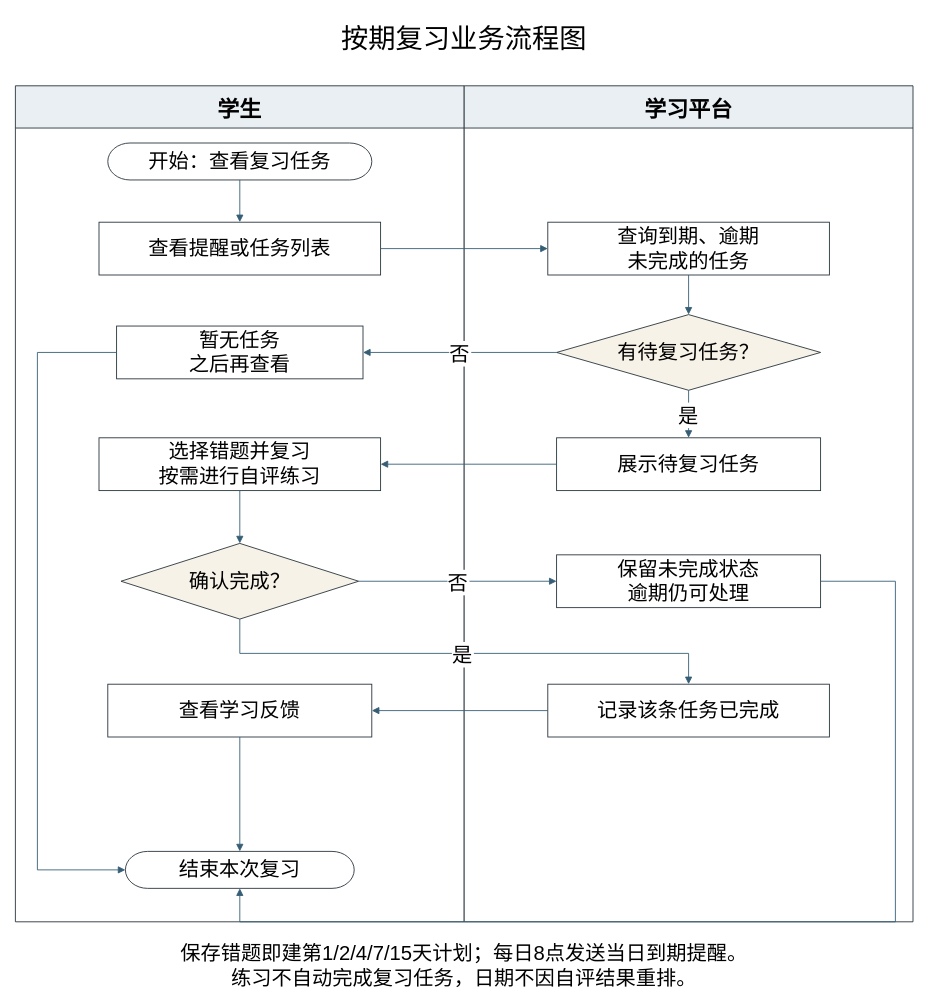
The draw.io diagram docs/thesis/business-flow/02-按期复习.drawio in zc0429/graduation-project, before the edit. Source tidied: cells renumbered, new cells numbered last; positions are measured from the earlier drawing's top-left corner, leaving out a move shared by most shapes. Both pictures are drawn from the tidied source at 88%, with x=0, y=0 at pixel (15, 15).
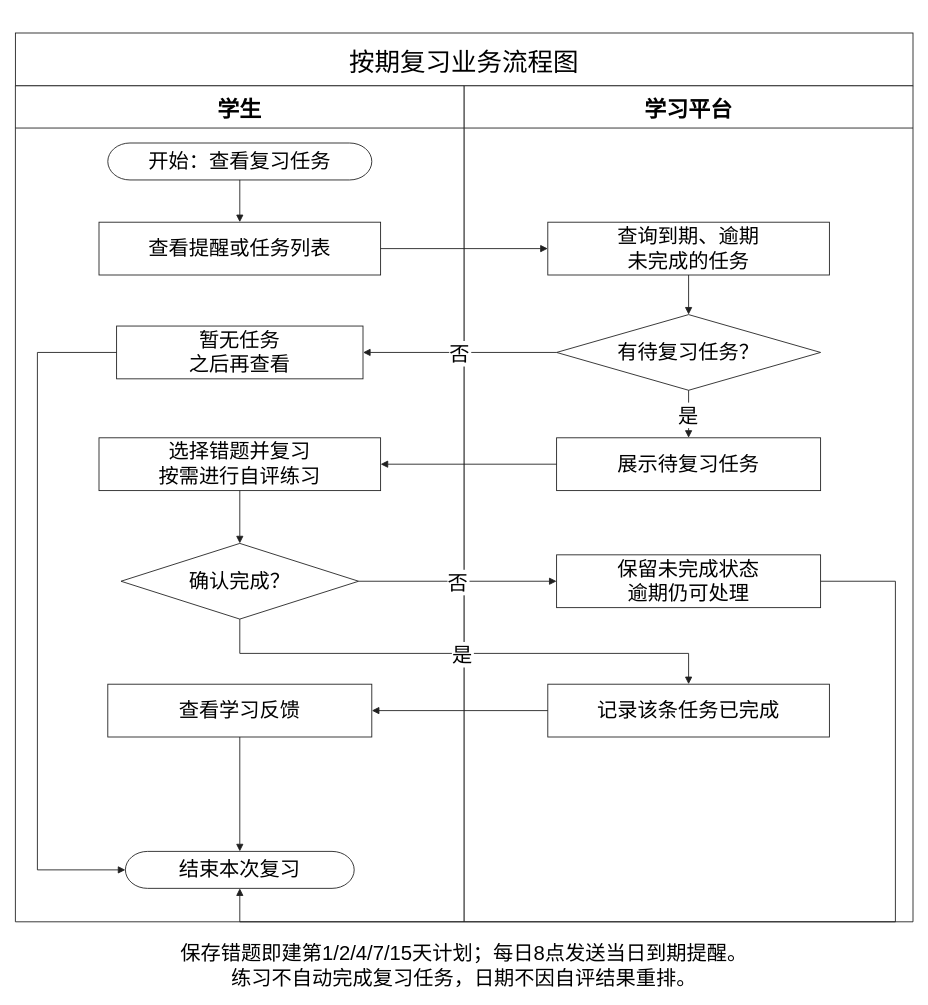
The same page after the edit.

The edit, as a diff of the source:
```diff
@@
-    <mxCell id="2" value="按期复习业务流程图" style="text;html=0;fontFamily=SimSun;fontSize=31;align=center;" parent="1" vertex="1">
-      <mxGeometry width="1020" height="60" as="geometry" />
+    <mxCell id="2" value="按期复习业务流程图" style="rounded=0;html=0;fontFamily=SimSun;fontSize=29;align=center;fillColor=#ffffff;strokeColor=#202020;" parent="1" vertex="1">
+      <mxGeometry y="20" width="1020" height="60" as="geometry" />
     </mxCell>
-    <mxCell id="3" value="学生" style="swimlane;html=0;startSize=48;horizontal=1;fontSize=25;fontFamily=SimSun;fillColor=#e9eff3;swimlaneFillColor=#ffffff;strokeColor=#25313a;" parent="1" vertex="1">
+    <mxCell id="3" value="学生" style="swimlane;html=0;startSize=48;horizontal=1;fontSize=25;fontFamily=SimSun;fillColor=#ffffff;swimlaneFillColor=#ffffff;strokeColor=#202020;" parent="1" vertex="1">
       <mxGeometry y="80" width="510" height="950" as="geometry" />
     </mxCell>
-    <mxCell id="4" value="学习平台" style="swimlane;html=0;startSize=48;horizontal=1;fontSize=25;fontFamily=SimSun;fillColor=#e9eff3;swimlaneFillColor=#ffffff;strokeColor=#25313a;" parent="1" vertex="1">
+    <mxCell id="4" value="学习平台" style="swimlane;html=0;startSize=48;horizontal=1;fontSize=25;fontFamily=SimSun;fillColor=#ffffff;swimlaneFillColor=#ffffff;strokeColor=#202020;" parent="1" vertex="1">
       <mxGeometry x="510" y="80" width="510" height="950" as="geometry" />
     </mxCell>
-    <mxCell id="5" value="开始：查看复习任务" style="rounded=1;arcSize=60;html=0;whiteSpace=wrap;fontFamily=SimSun;fontSize=23;align=center;verticalAlign=middle;fillColor=#ffffff;strokeColor=#25313a;" parent="1" vertex="1">
+    <mxCell id="5" value="开始：查看复习任务" style="rounded=1;arcSize=60;html=0;whiteSpace=wrap;fontFamily=SimSun;fontSize=23;align=center;verticalAlign=middle;fillColor=#ffffff;strokeColor=#202020;" parent="1" vertex="1">
       <mxGeometry x="105" y="145" width="300" height="42" as="geometry" />
     </mxCell>
-    <mxCell id="6" value="查看提醒或任务列表" style="rounded=0;html=0;whiteSpace=wrap;fontFamily=SimSun;fontSize=23;align=center;verticalAlign=middle;fillColor=#ffffff;strokeColor=#25313a;" parent="1" vertex="1">
+    <mxCell id="6" value="查看提醒或任务列表" style="rounded=0;html=0;whiteSpace=wrap;fontFamily=SimSun;fontSize=23;align=center;verticalAlign=middle;fillColor=#ffffff;strokeColor=#202020;" parent="1" vertex="1">
       <mxGeometry x="95" y="235" width="320" height="60" as="geometry" />
     </mxCell>
-    <mxCell id="7" value="查询到期、逾期&#10;未完成的任务" style="rounded=0;html=0;whiteSpace=wrap;fontFamily=SimSun;fontSize=23;align=center;verticalAlign=middle;fillColor=#ffffff;strokeColor=#25313a;" parent="1" vertex="1">
+    <mxCell id="7" value="查询到期、逾期&#10;未完成的任务" style="rounded=0;html=0;whiteSpace=wrap;fontFamily=SimSun;fontSize=23;align=center;verticalAlign=middle;fillColor=#ffffff;strokeColor=#202020;" parent="1" vertex="1">
       <mxGeometry x="605" y="235" width="320" height="60" as="geometry" />
     </mxCell>
-    <mxCell id="8" value="有待复习任务？" style="rhombus;html=0;whiteSpace=wrap;fontFamily=SimSun;fontSize=23;align=center;verticalAlign=middle;fillColor=#f7f2e7;strokeColor=#25313a;" parent="1" vertex="1">
+    <mxCell id="8" value="有待复习任务？" style="rhombus;html=0;whiteSpace=wrap;fontFamily=SimSun;fontSize=23;align=center;verticalAlign=middle;fillColor=#ffffff;strokeColor=#202020;" parent="1" vertex="1">
       <mxGeometry x="615" y="340" width="300" height="86" as="geometry" />
     </mxCell>
-    <mxCell id="9" value="暂无任务&#10;之后再查看" style="rounded=0;html=0;whiteSpace=wrap;fontFamily=SimSun;fontSize=23;align=center;verticalAlign=middle;fillColor=#ffffff;strokeColor=#25313a;" parent="1" vertex="1">
+    <mxCell id="9" value="暂无任务&#10;之后再查看" style="rounded=0;html=0;whiteSpace=wrap;fontFamily=SimSun;fontSize=23;align=center;verticalAlign=middle;fillColor=#ffffff;strokeColor=#202020;" parent="1" vertex="1">
       <mxGeometry x="115" y="353" width="280" height="60" as="geometry" />
     </mxCell>
-    <mxCell id="10" value="展示待复习任务" style="rounded=0;html=0;whiteSpace=wrap;fontFamily=SimSun;fontSize=23;align=center;verticalAlign=middle;fillColor=#ffffff;strokeColor=#25313a;" parent="1" vertex="1">
+    <mxCell id="10" value="展示待复习任务" style="rounded=0;html=0;whiteSpace=wrap;fontFamily=SimSun;fontSize=23;align=center;verticalAlign=middle;fillColor=#ffffff;strokeColor=#202020;" parent="1" vertex="1">
       <mxGeometry x="615" y="480" width="300" height="60" as="geometry" />
     </mxCell>
-    <mxCell id="11" value="选择错题并复习&#10;按需进行自评练习" style="rounded=0;html=0;whiteSpace=wrap;fontFamily=SimSun;fontSize=23;align=center;verticalAlign=middle;fillColor=#ffffff;strokeColor=#25313a;" parent="1" vertex="1">
+    <mxCell id="11" value="选择错题并复习&#10;按需进行自评练习" style="rounded=0;html=0;whiteSpace=wrap;fontFamily=SimSun;fontSize=23;align=center;verticalAlign=middle;fillColor=#ffffff;strokeColor=#202020;" parent="1" vertex="1">
       <mxGeometry x="95" y="480" width="320" height="60" as="geometry" />
     </mxCell>
-    <mxCell id="12" value="确认完成？" style="rhombus;html=0;whiteSpace=wrap;fontFamily=SimSun;fontSize=23;align=center;verticalAlign=middle;fillColor=#f7f2e7;strokeColor=#25313a;" parent="1" vertex="1">
+    <mxCell id="12" value="确认完成？" style="rhombus;html=0;whiteSpace=wrap;fontFamily=SimSun;fontSize=23;align=center;verticalAlign=middle;fillColor=#ffffff;strokeColor=#202020;" parent="1" vertex="1">
       <mxGeometry x="120" y="600" width="270" height="86" as="geometry" />
     </mxCell>
-    <mxCell id="13" value="保留未完成状态&#10;逾期仍可处理" style="rounded=0;html=0;whiteSpace=wrap;fontFamily=SimSun;fontSize=23;align=center;verticalAlign=middle;fillColor=#ffffff;strokeColor=#25313a;" parent="1" vertex="1">
+    <mxCell id="13" value="保留未完成状态&#10;逾期仍可处理" style="rounded=0;html=0;whiteSpace=wrap;fontFamily=SimSun;fontSize=23;align=center;verticalAlign=middle;fillColor=#ffffff;strokeColor=#202020;" parent="1" vertex="1">
       <mxGeometry x="615" y="613" width="300" height="60" as="geometry" />
     </mxCell>
-    <mxCell id="14" value="记录该条任务已完成" style="rounded=0;html=0;whiteSpace=wrap;fontFamily=SimSun;fontSize=23;align=center;verticalAlign=middle;fillColor=#ffffff;strokeColor=#25313a;" parent="1" vertex="1">
+    <mxCell id="14" value="记录该条任务已完成" style="rounded=0;html=0;whiteSpace=wrap;fontFamily=SimSun;fontSize=23;align=center;verticalAlign=middle;fillColor=#ffffff;strokeColor=#202020;" parent="1" vertex="1">
       <mxGeometry x="605" y="760" width="320" height="60" as="geometry" />
     </mxCell>
-    <mxCell id="15" value="查看学习反馈" style="rounded=0;html=0;whiteSpace=wrap;fontFamily=SimSun;fontSize=23;align=center;verticalAlign=middle;fillColor=#ffffff;strokeColor=#25313a;" parent="1" vertex="1">
+    <mxCell id="15" value="查看学习反馈" style="rounded=0;html=0;whiteSpace=wrap;fontFamily=SimSun;fontSize=23;align=center;verticalAlign=middle;fillColor=#ffffff;strokeColor=#202020;" parent="1" vertex="1">
       <mxGeometry x="105" y="760" width="300" height="60" as="geometry" />
     </mxCell>
-    <mxCell id="16" value="结束本次复习" style="rounded=1;arcSize=60;html=0;whiteSpace=wrap;fontFamily=SimSun;fontSize=23;align=center;verticalAlign=middle;fillColor=#ffffff;strokeColor=#25313a;" parent="1" vertex="1">
+    <mxCell id="16" value="结束本次复习" style="rounded=1;arcSize=60;html=0;whiteSpace=wrap;fontFamily=SimSun;fontSize=23;align=center;verticalAlign=middle;fillColor=#ffffff;strokeColor=#202020;" parent="1" vertex="1">
       <mxGeometry x="125" y="950" width="260" height="42" as="geometry" />
     </mxCell>
-    <mxCell id="17" style="edgeStyle=segmentEdgeStyle;rounded=0;html=0;endArrow=block;endFill=1;strokeColor=#355e76;fontFamily=SimSun;fontSize=23;labelBackgroundColor=#ffffff;exitX=0.5;exitY=1;entryX=0.5;entryY=0;" parent="1" edge="1" source="5" target="6">
+    <mxCell id="17" style="edgeStyle=segmentEdgeStyle;rounded=0;html=0;endArrow=block;endFill=1;strokeColor=#202020;fontFamily=SimSun;fontSize=23;labelBackgroundColor=#ffffff;exitX=0.5;exitY=1;entryX=0.5;entryY=0;" parent="1" edge="1" source="5" target="6">
       <mxGeometry relative="1" as="geometry" />
     </mxCell>
-    <mxCell id="18" style="edgeStyle=segmentEdgeStyle;rounded=0;html=0;endArrow=block;endFill=1;strokeColor=#355e76;fontFamily=SimSun;fontSize=23;labelBackgroundColor=#ffffff;exitX=1;exitY=0.5;entryX=0;entryY=0.5;" parent="1" edge="1" source="6" target="7">
+    <mxCell id="18" style="edgeStyle=segmentEdgeStyle;rounded=0;html=0;endArrow=block;endFill=1;strokeColor=#202020;fontFamily=SimSun;fontSize=23;labelBackgroundColor=#ffffff;exitX=1;exitY=0.5;entryX=0;entryY=0.5;" parent="1" edge="1" source="6" target="7">
       <mxGeometry relative="1" as="geometry" />
     </mxCell>
-    <mxCell id="19" style="edgeStyle=segmentEdgeStyle;rounded=0;html=0;endArrow=block;endFill=1;strokeColor=#355e76;fontFamily=SimSun;fontSize=23;labelBackgroundColor=#ffffff;exitX=0.5;exitY=1;entryX=0.5;entryY=0;" parent="1" edge="1" source="7" target="8">
+    <mxCell id="19" style="edgeStyle=segmentEdgeStyle;rounded=0;html=0;endArrow=block;endFill=1;strokeColor=#202020;fontFamily=SimSun;fontSize=23;labelBackgroundColor=#ffffff;exitX=0.5;exitY=1;entryX=0.5;entryY=0;" parent="1" edge="1" source="7" target="8">
       <mxGeometry relative="1" as="geometry" />
     </mxCell>
-    <mxCell id="20" value="否" style="edgeStyle=segmentEdgeStyle;rounded=0;html=0;endArrow=block;endFill=1;strokeColor=#355e76;fontFamily=SimSun;fontSize=23;labelBackgroundColor=#ffffff;exitX=0;exitY=0.5;entryX=1;entryY=0.5;" parent="1" edge="1" source="8" target="9">
+    <mxCell id="20" value="否" style="edgeStyle=segmentEdgeStyle;rounded=0;html=0;endArrow=block;endFill=1;strokeColor=#202020;fontFamily=SimSun;fontSize=23;labelBackgroundColor=#ffffff;exitX=0;exitY=0.5;entryX=1;entryY=0.5;" parent="1" edge="1" source="8" target="9">
       <mxGeometry relative="1" as="geometry" />
     </mxCell>
-    <mxCell id="21" value="是" style="edgeStyle=segmentEdgeStyle;rounded=0;html=0;endArrow=block;endFill=1;strokeColor=#355e76;fontFamily=SimSun;fontSize=23;labelBackgroundColor=#ffffff;exitX=0.5;exitY=1;entryX=0.5;entryY=0;" parent="1" edge="1" source="8" target="10">
+    <mxCell id="21" value="是" style="edgeStyle=segmentEdgeStyle;rounded=0;html=0;endArrow=block;endFill=1;strokeColor=#202020;fontFamily=SimSun;fontSize=23;labelBackgroundColor=#ffffff;exitX=0.5;exitY=1;entryX=0.5;entryY=0;" parent="1" edge="1" source="8" target="10">
       <mxGeometry relative="1" as="geometry" />
     </mxCell>
-    <mxCell id="22" style="edgeStyle=segmentEdgeStyle;rounded=0;html=0;endArrow=block;endFill=1;strokeColor=#355e76;fontFamily=SimSun;fontSize=23;labelBackgroundColor=#ffffff;exitX=0;exitY=0.5;entryX=1;entryY=0.5;" parent="1" edge="1" source="10" target="11">
+    <mxCell id="22" style="edgeStyle=segmentEdgeStyle;rounded=0;html=0;endArrow=block;endFill=1;strokeColor=#202020;fontFamily=SimSun;fontSize=23;labelBackgroundColor=#ffffff;exitX=0;exitY=0.5;entryX=1;entryY=0.5;" parent="1" edge="1" source="10" target="11">
       <mxGeometry relative="1" as="geometry" />
     </mxCell>
-    <mxCell id="23" style="edgeStyle=segmentEdgeStyle;rounded=0;html=0;endArrow=block;endFill=1;strokeColor=#355e76;fontFamily=SimSun;fontSize=23;labelBackgroundColor=#ffffff;exitX=0.5;exitY=1;entryX=0.5;entryY=0;" parent="1" edge="1" source="11" target="12">
+    <mxCell id="23" style="edgeStyle=segmentEdgeStyle;rounded=0;html=0;endArrow=block;endFill=1;strokeColor=#202020;fontFamily=SimSun;fontSize=23;labelBackgroundColor=#ffffff;exitX=0.5;exitY=1;entryX=0.5;entryY=0;" parent="1" edge="1" source="11" target="12">
       <mxGeometry relative="1" as="geometry" />
     </mxCell>
-    <mxCell id="24" value="否" style="edgeStyle=segmentEdgeStyle;rounded=0;html=0;endArrow=block;endFill=1;strokeColor=#355e76;fontFamily=SimSun;fontSize=23;labelBackgroundColor=#ffffff;exitX=1;exitY=0.5;entryX=0;entryY=0.5;" parent="1" edge="1" source="12" target="13">
+    <mxCell id="24" value="否" style="edgeStyle=segmentEdgeStyle;rounded=0;html=0;endArrow=block;endFill=1;strokeColor=#202020;fontFamily=SimSun;fontSize=23;labelBackgroundColor=#ffffff;exitX=1;exitY=0.5;entryX=0;entryY=0.5;" parent="1" edge="1" source="12" target="13">
       <mxGeometry relative="1" as="geometry" />
     </mxCell>
-    <mxCell id="25" value="是" style="edgeStyle=segmentEdgeStyle;rounded=0;html=0;endArrow=block;endFill=1;strokeColor=#355e76;fontFamily=SimSun;fontSize=23;labelBackgroundColor=#ffffff;exitX=0.5;exitY=1;entryX=0.5;entryY=0;" parent="1" edge="1" source="12" target="14">
+    <mxCell id="25" value="是" style="edgeStyle=segmentEdgeStyle;rounded=0;html=0;endArrow=block;endFill=1;strokeColor=#202020;fontFamily=SimSun;fontSize=23;labelBackgroundColor=#ffffff;exitX=0.5;exitY=1;entryX=0.5;entryY=0;" parent="1" edge="1" source="12" target="14">
       <mxGeometry relative="1" as="geometry">
         <Array as="points">
           <mxPoint x="255" y="725" />
           <mxPoint x="765" y="725" />
         </Array>
       </mxGeometry>
     </mxCell>
-    <mxCell id="26" style="edgeStyle=segmentEdgeStyle;rounded=0;html=0;endArrow=block;endFill=1;strokeColor=#355e76;fontFamily=SimSun;fontSize=23;labelBackgroundColor=#ffffff;exitX=0;exitY=0.5;entryX=1;entryY=0.5;" parent="1" edge="1" source="14" target="15">
+    <mxCell id="26" style="edgeStyle=segmentEdgeStyle;rounded=0;html=0;endArrow=block;endFill=1;strokeColor=#202020;fontFamily=SimSun;fontSize=23;labelBackgroundColor=#ffffff;exitX=0;exitY=0.5;entryX=1;entryY=0.5;" parent="1" edge="1" source="14" target="15">
       <mxGeometry relative="1" as="geometry" />
     </mxCell>
-    <mxCell id="27" style="edgeStyle=segmentEdgeStyle;rounded=0;html=0;endArrow=block;endFill=1;strokeColor=#355e76;fontFamily=SimSun;fontSize=23;labelBackgroundColor=#ffffff;exitX=0.5;exitY=1;entryX=0.5;entryY=0;" parent="1" edge="1" source="15" target="16">
+    <mxCell id="27" style="edgeStyle=segmentEdgeStyle;rounded=0;html=0;endArrow=block;endFill=1;strokeColor=#202020;fontFamily=SimSun;fontSize=23;labelBackgroundColor=#ffffff;exitX=0.5;exitY=1;entryX=0.5;entryY=0;" parent="1" edge="1" source="15" target="16">
       <mxGeometry relative="1" as="geometry" />
     </mxCell>
-    <mxCell id="28" style="edgeStyle=segmentEdgeStyle;rounded=0;html=0;endArrow=block;endFill=1;strokeColor=#355e76;fontFamily=SimSun;fontSize=23;labelBackgroundColor=#ffffff;exitX=0;exitY=0.5;entryX=0;entryY=0.5;" parent="1" edge="1" source="9" target="16">
+    <mxCell id="28" style="edgeStyle=segmentEdgeStyle;rounded=0;html=0;endArrow=block;endFill=1;strokeColor=#202020;fontFamily=SimSun;fontSize=23;labelBackgroundColor=#ffffff;exitX=0;exitY=0.5;entryX=0;entryY=0.5;" parent="1" edge="1" source="9" target="16">
       <mxGeometry relative="1" as="geometry">
         <Array as="points">
           <mxPoint x="25" y="383" />
           <mxPoint x="25" y="971" />
         </Array>
       </mxGeometry>
     </mxCell>
-    <mxCell id="29" style="edgeStyle=segmentEdgeStyle;rounded=0;html=0;endArrow=block;endFill=1;strokeColor=#355e76;fontFamily=SimSun;fontSize=23;labelBackgroundColor=#ffffff;exitX=1;exitY=0.5;entryX=0.5;entryY=1;" parent="1" edge="1" source="13" target="16">
+    <mxCell id="29" style="edgeStyle=segmentEdgeStyle;rounded=0;html=0;endArrow=block;endFill=1;strokeColor=#202020;fontFamily=SimSun;fontSize=23;labelBackgroundColor=#ffffff;exitX=1;exitY=0.5;entryX=0.5;entryY=1;" parent="1" edge="1" source="13" target="16">
       <mxGeometry relative="1" as="geometry">
         <Array as="points">
           <mxPoint x="1000" y="643" />
           <mxPoint x="1000" y="1030" />
           <mxPoint x="255" y="1030" />
         </Array>
       </mxGeometry>
     </mxCell>
```
